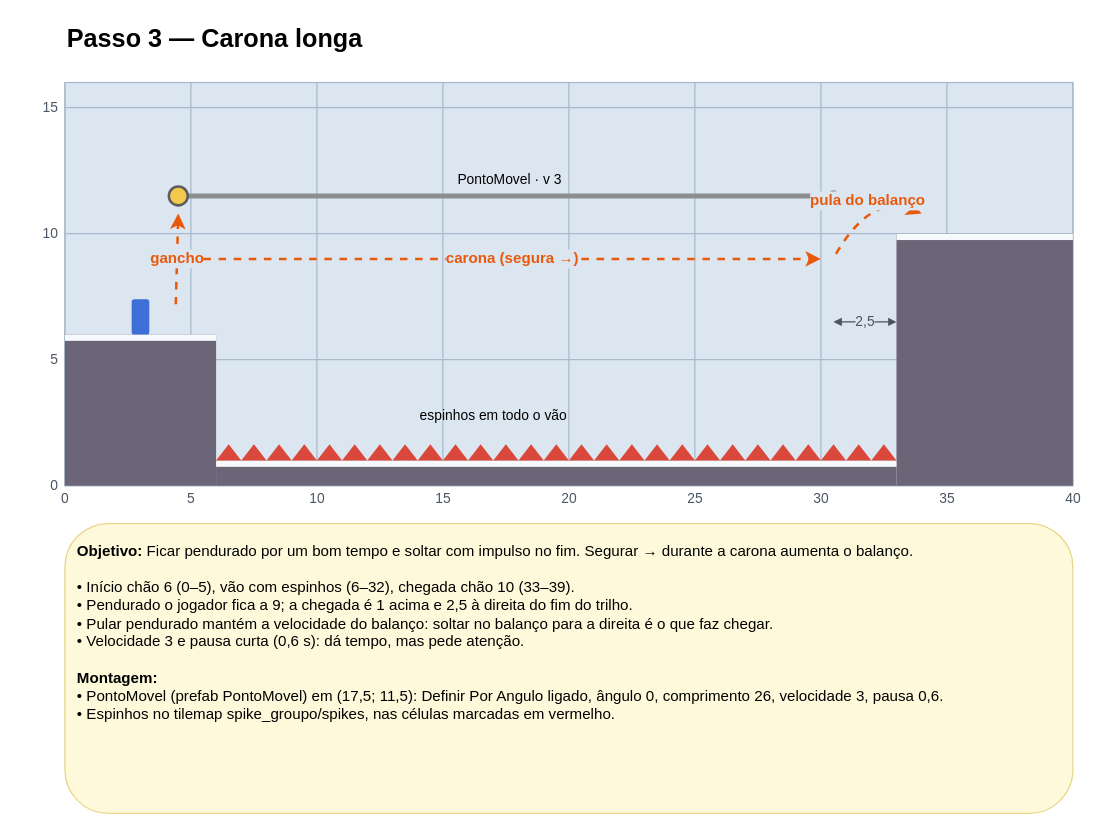
This is page "Passo 3 — Carona longa" (4 of 20) of Design/level_design_ponto_movel.drawio from Vertigo-Game/prototipo, a draw.io file, before an edit. Source tidied: cells renumbered, new cells numbered last; positions are measured from the earlier drawing's top-left corner, leaving out a move shared by most shapes. Both pictures are drawn from the tidied source at 126%, with x=0, y=0 at pixel (21, 21).
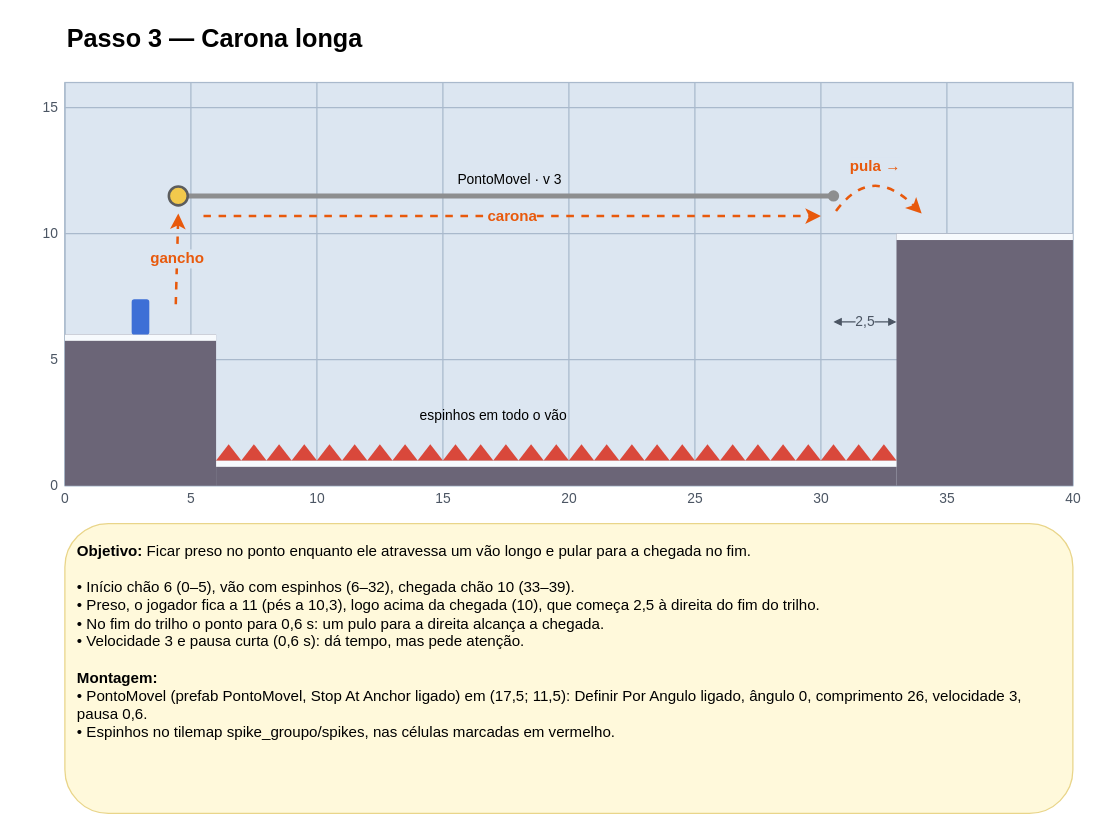
The same diagram, later.

Commit message (it also covers changes not shown here):
Adiciona o bloco 3 (vento) e ajusta os trechos ao ponto que segura nos desenhos de level design

The edit, as a diff of the source:
```diff
@@
-    <mxCell id="68" value="carona (segura →)" style="endArrow=classic;html=1;curved=1;dashed=1;strokeColor=#E8590C;strokeWidth=2;fontSize=12;fontStyle=1;fontColor=#E8590C;labelBackgroundColor=#DCE6F1;" parent="1" edge="1">
+    <mxCell id="68" value="carona" style="endArrow=classic;html=1;curved=1;dashed=1;strokeColor=#E8590C;strokeWidth=2;fontSize=12;fontStyle=1;fontColor=#E8590C;labelBackgroundColor=#DCE6F1;" parent="1" edge="1">
       <mxGeometry relative="1" as="geometry">
-        <mxPoint x="144" y="188" as="sourcePoint" />
-        <mxPoint x="634" y="188" as="targetPoint" />
+        <mxPoint x="144" y="154" as="sourcePoint" />
+        <mxPoint x="634" y="154" as="targetPoint" />
       </mxGeometry>
     </mxCell>
-    <mxCell id="69" value="pula do balanço" style="endArrow=classic;html=1;curved=1;dashed=1;strokeColor=#E8590C;strokeWidth=2;fontSize=12;fontStyle=1;fontColor=#E8590C;labelBackgroundColor=#DCE6F1;" parent="1" edge="1">
+    <mxCell id="69" value="pula →" style="endArrow=classic;html=1;curved=1;dashed=1;strokeColor=#E8590C;strokeWidth=2;fontSize=12;fontStyle=1;fontColor=#E8590C;labelBackgroundColor=#DCE6F1;" parent="1" edge="1">
       <mxGeometry relative="1" as="geometry">
-        <mxPoint x="646" y="184" as="sourcePoint" />
+        <mxPoint x="646" y="150" as="sourcePoint" />
         <mxPoint x="714" y="152" as="targetPoint" />
         <Array as="points">
-          <mxPoint x="674" y="136" />
+          <mxPoint x="674" y="112" />
         </Array>
       </mxGeometry>
     </mxCell>
@@
-    <mxCell id="72" value="&lt;b&gt;Objetivo:&lt;/b&gt; Ficar pendurado por um bom tempo e soltar com impulso no fim. Segurar → durante a carona aumenta o balanço.&lt;br&gt;&lt;br&gt;• Início chão 6 (0–5), vão com espinhos (6–32), chegada chão 10 (33–39).&lt;br&gt;• Pendurado o jogador fica a 9; a chegada é 1 acima e 2,5 à direita do fim do trilho.&lt;br&gt;• Pular pendurado mantém a velocidade do balanço: soltar no balanço para a direita é o que faz chegar.&lt;br&gt;• Velocidade 3 e pausa curta (0,6 s): dá tempo, mas pede atenção.&lt;br&gt;&lt;br&gt;&lt;b&gt;Montagem:&lt;/b&gt;&lt;br&gt;• PontoMovel (prefab PontoMovel) em (17,5; 11,5): Definir Por Angulo ligado, ângulo 0, comprimento 26, velocidade 3, pausa 0,6.&lt;br&gt;• Espinhos no tilemap spike_groupo/spikes, nas células marcadas em vermelho." style="rounded=1;whiteSpace=wrap;html=1;align=left;verticalAlign=top;spacing=10;fontSize=12;fillColor=#FFF9DB;strokeColor=#E9D58A;" parent="1" vertex="1">
+    <mxCell id="72" value="&lt;b&gt;Objetivo:&lt;/b&gt; Ficar preso no ponto enquanto ele atravessa um vão longo e pular para a chegada no fim.&lt;br&gt;&lt;br&gt;• Início chão 6 (0–5), vão com espinhos (6–32), chegada chão 10 (33–39).&lt;br&gt;• Preso, o jogador fica a 11 (pés a 10,3), logo acima da chegada (10), que começa 2,5 à direita do fim do trilho.&lt;br&gt;• No fim do trilho o ponto para 0,6 s: um pulo para a direita alcança a chegada.&lt;br&gt;• Velocidade 3 e pausa curta (0,6 s): dá tempo, mas pede atenção.&lt;br&gt;&lt;br&gt;&lt;b&gt;Montagem:&lt;/b&gt;&lt;br&gt;• PontoMovel (prefab PontoMovel, Stop At Anchor ligado) em (17,5; 11,5): Definir Por Angulo ligado, ângulo 0, comprimento 26, velocidade 3, pausa 0,6.&lt;br&gt;• Espinhos no tilemap spike_groupo/spikes, nas células marcadas em vermelho." style="rounded=1;whiteSpace=wrap;html=1;align=left;verticalAlign=top;spacing=10;fontSize=12;fillColor=#FFF9DB;strokeColor=#E9D58A;" parent="1" vertex="1">
       <mxGeometry x="34" y="398" width="800" height="230" as="geometry" />
     </mxCell>
```
